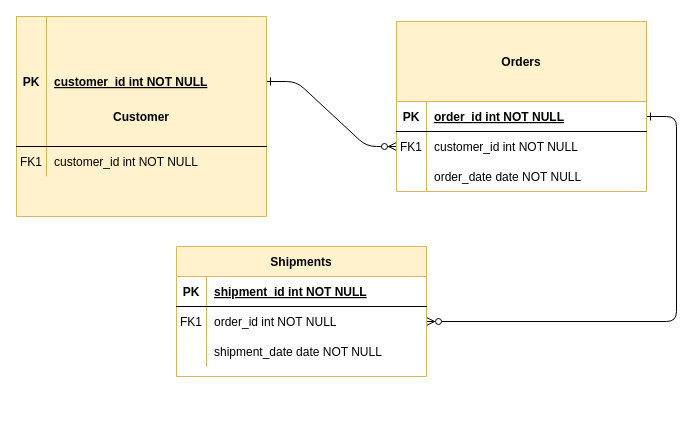
This is Test.drawio from KhanAnupamShafi/draw.io, a draw.io file, before an edit. Source tidied: cells renumbered, new cells numbered last; positions are measured from the earlier drawing's top-left corner, leaving out a move shared by most shapes. Both pictures are drawn from the tidied source at 100%, with x=0, y=0 at pixel (16, 16).
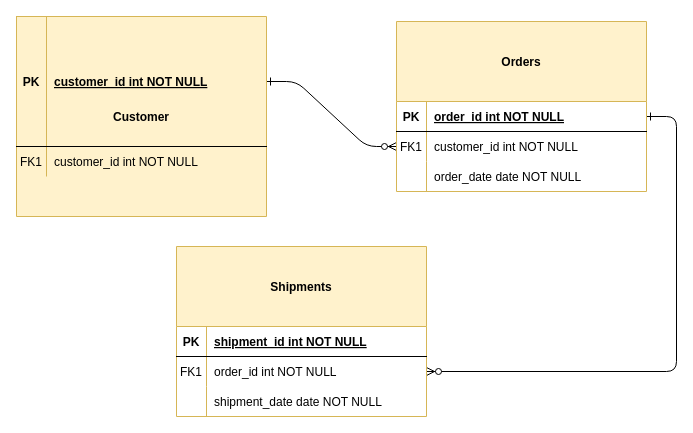
Above is the later version.

Diff of the diagram source:
```diff
@@
-    <mxCell id="14" value="Shipments" style="shape=table;startSize=30;childLayout=tableLayout;rowLines=0;fontStyle=1;align=center;fillColor=#fff2cc;strokeColor=#d6b656;" parent="1" vertex="1">
-      <mxGeometry x="160" y="230" width="250" height="130" as="geometry" />
+    <mxCell id="14" value="Shipments" style="shape=table;startSize=80;childLayout=tableLayout;rowLines=0;fontStyle=1;align=center;fillColor=#fff2cc;strokeColor=#d6b656;" parent="1" vertex="1">
+      <mxGeometry x="160" y="230" width="250" height="170" as="geometry" />
     </mxCell>
     <mxCell id="15" style="shape=partialRectangle;fillColor=none;top=0;left=0;right=0;bottom=1;" parent="14" vertex="1">
-      <mxGeometry y="30" width="250" height="30" as="geometry" />
+      <mxGeometry y="80" width="250" height="30" as="geometry" />
     </mxCell>
@@
     <mxCell id="18" style="shape=partialRectangle;fillColor=none;points=[[0,0.5],[1,0.5]];portConstraint=eastwest;top=0;left=0;right=0;bottom=0;" parent="14" vertex="1">
-      <mxGeometry y="60" width="250" height="30" as="geometry" />
+      <mxGeometry y="110" width="250" height="30" as="geometry" />
     </mxCell>
@@
     <mxCell id="21" style="shape=partialRectangle;fillColor=none;top=0;left=0;right=0;bottom=0;" parent="14" vertex="1">
-      <mxGeometry y="90" width="250" height="30" as="geometry" />
+      <mxGeometry y="140" width="250" height="30" as="geometry" />
     </mxCell>
```
